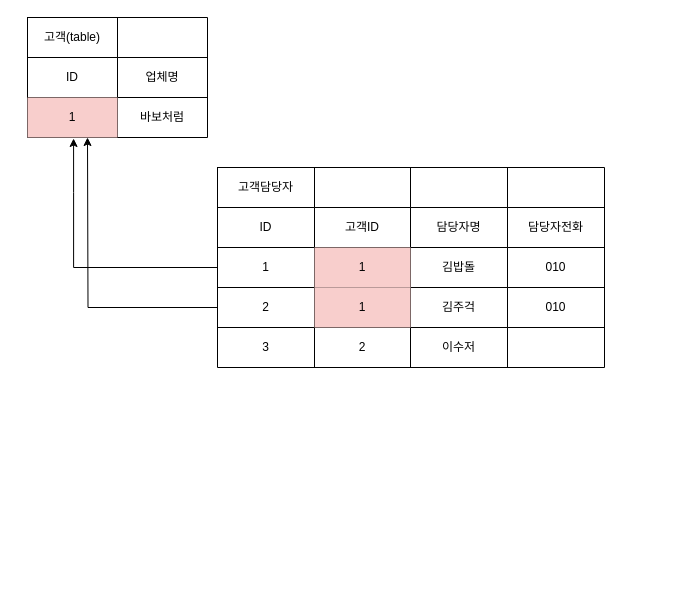
Above: page "Page-4" (4 of 4) of git_바코플로우.drawio in ndism/baco2 (draw.io), before the change. Source tidied: cells renumbered, new cells numbered last; positions are measured from the earlier drawing's top-left corner, leaving out a move shared by most shapes. Both pictures are drawn from the tidied source at 100%, with x=0, y=0 at pixel (27, 17).
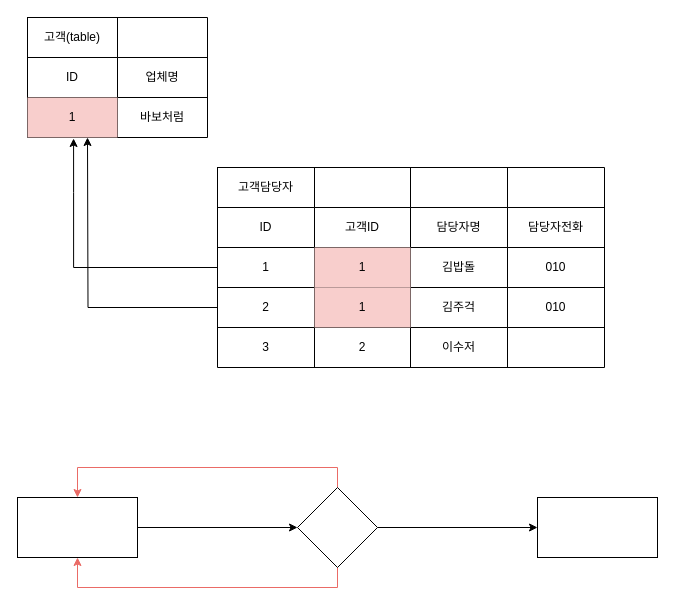
After the change.

Commit message:
Update git_바코플로우.drawio

The edit, as a diff of the source:
```diff
@@
+    <mxCell id="40" style="edgeStyle=orthogonalEdgeStyle;rounded=0;jettySize=auto;html=1;exitX=1;exitY=0.5;exitDx=0;exitDy=0;entryX=0;entryY=0.5;entryDx=0;entryDy=0;" parent="1" edge="1" source="41" target="46">
+      <mxGeometry relative="1" as="geometry" />
+    </mxCell>
+    <mxCell id="41" style="rounded=0;whiteSpace=wrap;html=1;" parent="1" vertex="1">
+      <mxGeometry x="-10" y="480" width="120" height="60" as="geometry" />
+    </mxCell>
+    <mxCell id="42" style="rounded=0;whiteSpace=wrap;html=1;" parent="1" vertex="1">
+      <mxGeometry x="510" y="480" width="120" height="60" as="geometry" />
+    </mxCell>
+    <mxCell id="43" style="edgeStyle=orthogonalEdgeStyle;rounded=0;jettySize=auto;html=1;exitX=1;exitY=0.5;exitDx=0;exitDy=0;entryX=0;entryY=0.5;entryDx=0;entryDy=0;" parent="1" edge="1" source="46" target="42">
+      <mxGeometry relative="1" as="geometry" />
+    </mxCell>
+    <mxCell id="44" style="edgeStyle=orthogonalEdgeStyle;rounded=0;jettySize=auto;html=1;exitX=0.5;exitY=0;exitDx=0;exitDy=0;entryX=0.5;entryY=0;entryDx=0;entryDy=0;strokeColor=#EA6B66;" parent="1" edge="1" source="46" target="41">
+      <mxGeometry relative="1" as="geometry" />
+    </mxCell>
+    <mxCell id="45" style="edgeStyle=orthogonalEdgeStyle;rounded=0;jettySize=auto;html=1;exitX=0.5;exitY=1;exitDx=0;exitDy=0;entryX=0.5;entryY=1;entryDx=0;entryDy=0;strokeColor=#EA6B66;" parent="1" edge="1" source="46" target="41">
+      <mxGeometry relative="1" as="geometry" />
+    </mxCell>
+    <mxCell id="46" style="rhombus;whiteSpace=wrap;html=1;" parent="1" vertex="1">
+      <mxGeometry x="270" y="470" width="80" height="80" as="geometry" />
+    </mxCell>
```
